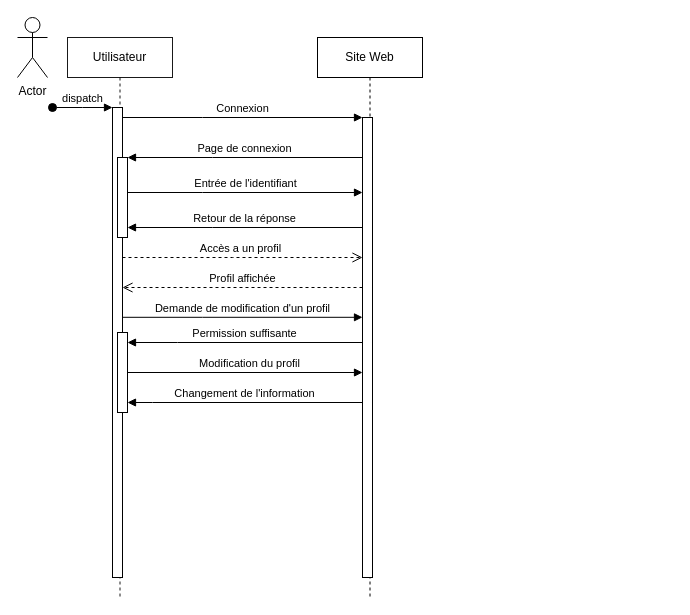
This is Site Web/Séquence.drawio from NergYR/Projet_securite, a draw.io file, before an edit. Source tidied: cells renumbered, new cells numbered last; positions are measured from the earlier drawing's top-left corner, leaving out a move shared by most shapes. Both pictures are drawn from the tidied source at 100%, with x=0, y=0 at pixel (17, 17).
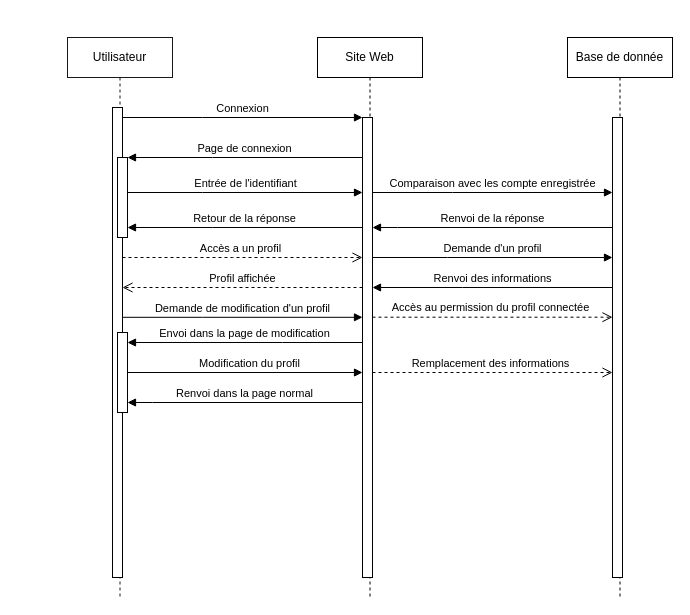
After the change.

Commit message:
Ajout de la base de données dans Séquence.drawio

Unchanged cells that the change refers to:
```xml
<mxCell id="2" value="Utilisateur" style="shape=umlLifeline;perimeter=lifelinePerimeter;whiteSpace=wrap;html=1;newEdgeStyle={&quot;edgeStyle&quot;:&quot;elbowEdgeStyle&quot;,&quot;elbow&quot;:&quot;vertical&quot;,&quot;curved&quot;:0,&quot;rounded&quot;:0};rounded=0;glass=0;shadow=0;strokeWidth=1;opacity=90;" parent="1" vertex="1">
  <mxGeometry x="50" y="20" width="105" height="560" as="geometry" />
</mxCell>
<mxCell id="3" style="html=1;points=[];perimeter=orthogonalPerimeter;outlineConnect=0;targetShapes=umlLifeline;portConstraint=eastwest;newEdgeStyle={&quot;edgeStyle&quot;:&quot;elbowEdgeStyle&quot;,&quot;elbow&quot;:&quot;vertical&quot;,&quot;curved&quot;:0,&quot;rounded&quot;:0};" parent="2" vertex="1">
  <mxGeometry x="45" y="70" width="10" height="470" as="geometry" />
</mxCell>
<mxCell id="6" style="html=1;points=[];perimeter=orthogonalPerimeter;outlineConnect=0;targetShapes=umlLifeline;portConstraint=eastwest;newEdgeStyle={&quot;edgeStyle&quot;:&quot;elbowEdgeStyle&quot;,&quot;elbow&quot;:&quot;vertical&quot;,&quot;curved&quot;:0,&quot;rounded&quot;:0};" parent="2" vertex="1">
  <mxGeometry x="50" y="295" width="10" height="80" as="geometry" />
</mxCell>
<mxCell id="8" style="html=1;points=[];perimeter=orthogonalPerimeter;outlineConnect=0;targetShapes=umlLifeline;portConstraint=eastwest;newEdgeStyle={&quot;edgeStyle&quot;:&quot;elbowEdgeStyle&quot;,&quot;elbow&quot;:&quot;vertical&quot;,&quot;curved&quot;:0,&quot;rounded&quot;:0};" parent="7" vertex="1">
  <mxGeometry x="45" y="80" width="10" height="460" as="geometry" />
</mxCell>
```

The edit, as a diff of the source:
```diff
@@
-    <mxCell id="4" value="dispatch" style="html=1;verticalAlign=bottom;startArrow=oval;endArrow=block;startSize=8;edgeStyle=elbowEdgeStyle;elbow=vertical;curved=0;rounded=0;" parent="2" edge="1" target="3">
-      <mxGeometry relative="1" as="geometry">
-        <mxPoint x="-15" y="70" as="sourcePoint" />
-      </mxGeometry>
-    </mxCell>
@@
-    <mxCell id="12" value="Actor" style="shape=umlActor;verticalLabelPosition=bottom;verticalAlign=top;html=1;" parent="1" vertex="1">
-      <mxGeometry width="30" height="60" as="geometry" />
-    </mxCell>
@@
-    <mxCell id="18" value="Permission suffisante" style="html=1;verticalAlign=bottom;endArrow=block;edgeStyle=elbowEdgeStyle;elbow=vertical;curved=0;rounded=0;" parent="1" edge="1" source="8" target="6">
+    <mxCell id="18" value="Envoi dans la page de modification" style="html=1;verticalAlign=bottom;endArrow=block;edgeStyle=elbowEdgeStyle;elbow=vertical;curved=0;rounded=0;" parent="1" edge="1" source="8" target="6">
       <mxGeometry relative="1" as="geometry">
         <Array as="points">
+          <mxPoint x="265" y="325" />
           <mxPoint x="160" y="325" />
           <mxPoint x="130" y="320" />
           <mxPoint x="190" y="330" />
         </Array>
       </mxGeometry>
     </mxCell>
@@
-    <mxCell id="20" value="Changement de l'information" style="html=1;verticalAlign=bottom;endArrow=block;edgeStyle=elbowEdgeStyle;elbow=vertical;curved=0;rounded=0;" parent="1" edge="1" source="8" target="6">
+    <mxCell id="20" value="Renvoi dans la page normal" style="html=1;verticalAlign=bottom;endArrow=block;edgeStyle=elbowEdgeStyle;elbow=vertical;curved=0;rounded=0;" parent="1" edge="1" source="8" target="6">
       <mxGeometry relative="1" as="geometry">
         <Array as="points">
           <mxPoint x="135" y="385" />
           <mxPoint x="155" y="370" />
           <mxPoint x="125" y="365" />
           <mxPoint x="185" y="375" />
         </Array>
       </mxGeometry>
     </mxCell>
+    <mxCell id="21" value="Base de donnée" style="shape=umlLifeline;perimeter=lifelinePerimeter;whiteSpace=wrap;html=1;newEdgeStyle={&quot;edgeStyle&quot;:&quot;elbowEdgeStyle&quot;,&quot;elbow&quot;:&quot;vertical&quot;,&quot;curved&quot;:0,&quot;rounded&quot;:0};" parent="1" vertex="1">
+      <mxGeometry x="550" y="20" width="105" height="560" as="geometry" />
+    </mxCell>
+    <mxCell id="22" style="html=1;points=[];perimeter=orthogonalPerimeter;outlineConnect=0;targetShapes=umlLifeline;portConstraint=eastwest;newEdgeStyle={&quot;edgeStyle&quot;:&quot;elbowEdgeStyle&quot;,&quot;elbow&quot;:&quot;vertical&quot;,&quot;curved&quot;:0,&quot;rounded&quot;:0};" parent="21" vertex="1">
+      <mxGeometry x="45" y="80" width="10" height="460" as="geometry" />
+    </mxCell>
+    <mxCell id="23" value="Comparaison avec les compte enregistrée" style="html=1;verticalAlign=bottom;endArrow=block;edgeStyle=elbowEdgeStyle;elbow=vertical;curved=0;rounded=0;" parent="1" edge="1" source="8">
+      <mxGeometry relative="1" as="geometry">
+        <mxPoint x="595" y="175" as="targetPoint" />
+        <Array as="points">
+          <mxPoint x="435" y="175" />
+        </Array>
+      </mxGeometry>
+    </mxCell>
+    <mxCell id="24" value="Renvoi de la réponse" style="html=1;verticalAlign=bottom;endArrow=block;edgeStyle=elbowEdgeStyle;elbow=vertical;curved=0;rounded=0;" parent="1" edge="1" source="22">
+      <mxGeometry relative="1" as="geometry">
+        <mxPoint x="355" y="210" as="targetPoint" />
+        <Array as="points">
+          <mxPoint x="380" y="210" />
+          <mxPoint x="545" y="205" />
+          <mxPoint x="440" y="210" />
+        </Array>
+      </mxGeometry>
+    </mxCell>
+    <mxCell id="25" value="Demande d'un profil" style="html=1;verticalAlign=bottom;endArrow=block;edgeStyle=elbowEdgeStyle;elbow=vertical;curved=0;rounded=0;" parent="1" edge="1" source="8" target="22">
+      <mxGeometry relative="1" as="geometry">
+        <Array as="points">
+          <mxPoint x="430" y="240" />
+        </Array>
+      </mxGeometry>
+    </mxCell>
+    <mxCell id="26" value="Renvoi des informations" style="html=1;verticalAlign=bottom;endArrow=block;edgeStyle=elbowEdgeStyle;elbow=vertical;curved=0;rounded=0;" parent="1" edge="1" source="22" target="8">
+      <mxGeometry relative="1" as="geometry">
+        <Array as="points">
+          <mxPoint x="445" y="270" />
+        </Array>
+      </mxGeometry>
+    </mxCell>
+    <mxCell id="27" style="endArrow=open;dashed=1;endFill=0;endSize=8;html=1;rounded=0;edgeStyle=elbowEdgeStyle;elbow=vertical;" parent="1" edge="1" source="8" target="22">
+      <mxGeometry relative="1" as="geometry">
+        <Array as="points">
+          <mxPoint x="460" y="299.7" />
+          <mxPoint x="490" y="339.7" />
+        </Array>
+      </mxGeometry>
+    </mxCell>
+    <mxCell id="28" value="Accès au permission du profil connectée" style="edgeLabel;html=1;align=center;verticalAlign=middle;" parent="27" vertex="1">
+      <mxGeometry x="-0.13" y="1" relative="1" as="geometry">
+        <mxPoint x="13" y="-9" as="offset" />
+      </mxGeometry>
+    </mxCell>
+    <mxCell id="29" style="endArrow=open;dashed=1;endFill=0;endSize=8;html=1;rounded=0;edgeStyle=elbowEdgeStyle;elbow=vertical;" parent="1" edge="1" source="8" target="22">
+      <mxGeometry relative="1" as="geometry">
+        <Array as="points">
+          <mxPoint x="460" y="355" />
+          <mxPoint x="490" y="395" />
+        </Array>
+      </mxGeometry>
+    </mxCell>
+    <mxCell id="30" value="Remplacement des informations" style="edgeLabel;html=1;align=center;verticalAlign=middle;" parent="29" vertex="1">
+      <mxGeometry x="-0.13" y="1" relative="1" as="geometry">
+        <mxPoint x="13" y="-9" as="offset" />
+      </mxGeometry>
+    </mxCell>
```
